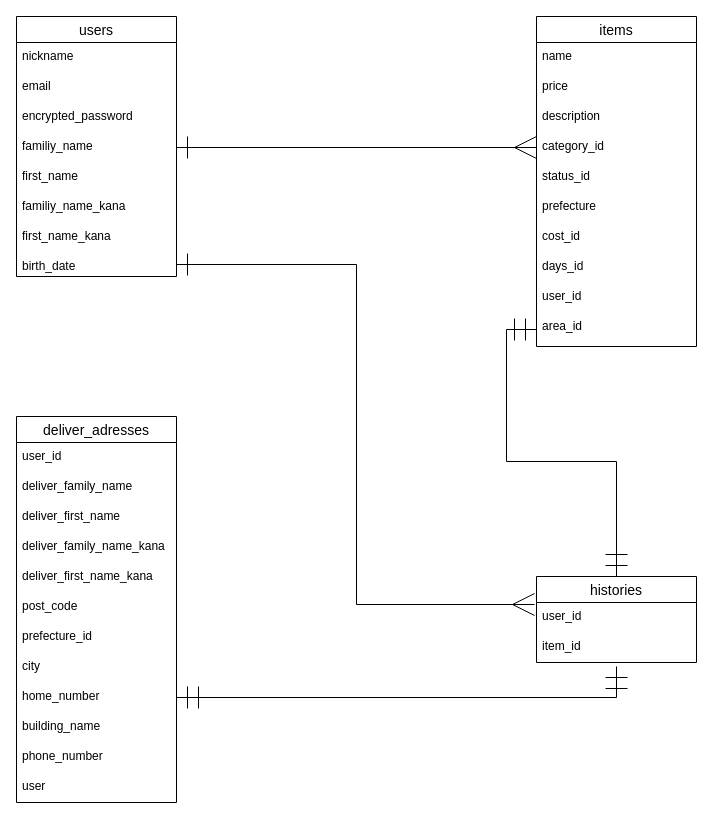
This is furima.dio from aki1239/furima-35563, a draw.io file, before an edit. Source tidied: cells renumbered, new cells numbered last; positions are measured from the earlier drawing's top-left corner, leaving out a move shared by most shapes. Both pictures are drawn from the tidied source at 100%, with x=0, y=0 at pixel (16, 16).
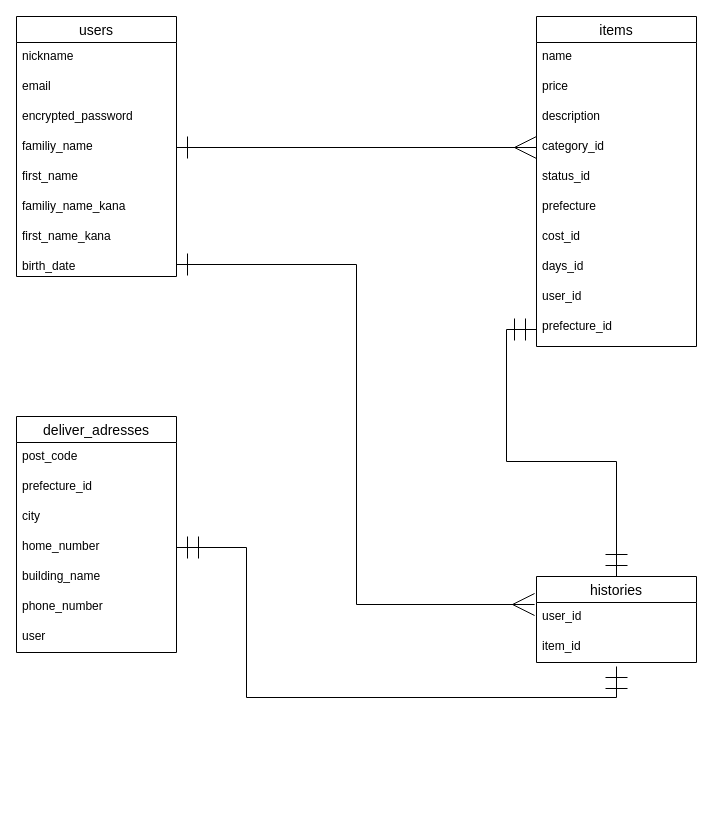
Above is the later version.

Unchanged cells that the change refers to:
```xml
<mxCell id="11" value="items" style="swimlane;fontStyle=0;horizontal=1;startSize=26;align=center;fontSize=14;" parent="1" vertex="1">
  <mxGeometry x="520" width="160" height="330" as="geometry" />
</mxCell>
```

What changed in the source:
```diff
@@
-    <mxCell id="21" value="area_id" style="text;strokeColor=none;fillColor=none;spacingLeft=4;spacingRight=4;overflow=hidden;points=[[0,0.5],[1,0.5]];portConstraint=eastwest;fontSize=12;" parent="11" vertex="1">
+    <mxCell id="21" value="prefecture_id" style="text;strokeColor=none;fillColor=none;spacingLeft=4;spacingRight=4;overflow=hidden;points=[[0,0.5],[1,0.5]];portConstraint=eastwest;fontSize=12;" parent="11" vertex="1">
       <mxGeometry y="296" width="160" height="34" as="geometry" />
     </mxCell>
     <mxCell id="22" value="deliver_adresses" style="swimlane;fontStyle=0;horizontal=1;startSize=26;align=center;fontSize=14;" parent="1" vertex="1">
-      <mxGeometry y="400" width="160" height="386" as="geometry" />
+      <mxGeometry y="400" width="160" height="236" as="geometry" />
     </mxCell>
-    <mxCell id="23" value="user_id" style="text;strokeColor=none;fillColor=none;spacingLeft=4;spacingRight=4;overflow=hidden;fontSize=12;" parent="22" vertex="1">
-      <mxGeometry y="26" width="160" height="30" as="geometry" />
-    </mxCell>
-    <mxCell id="24" value="deliver_family_name" style="text;strokeColor=none;fillColor=none;spacingLeft=4;spacingRight=4;overflow=hidden;fontSize=12;" parent="22" vertex="1">
-      <mxGeometry y="56" width="160" height="30" as="geometry" />
-    </mxCell>
-    <mxCell id="25" value="deliver_first_name " style="text;strokeColor=none;fillColor=none;spacingLeft=4;spacingRight=4;overflow=hidden;fontSize=12;" parent="22" vertex="1">
-      <mxGeometry y="86" width="160" height="30" as="geometry" />
-    </mxCell>
-    <mxCell id="26" value="deliver_family_name_kana" style="text;strokeColor=none;fillColor=none;spacingLeft=4;spacingRight=4;overflow=hidden;fontSize=12;" parent="22" vertex="1">
-      <mxGeometry y="116" width="160" height="30" as="geometry" />
-    </mxCell>
-    <mxCell id="27" value="deliver_first_name_kana " style="text;strokeColor=none;fillColor=none;spacingLeft=4;spacingRight=4;overflow=hidden;fontSize=12;" parent="22" vertex="1">
-      <mxGeometry y="146" width="160" height="30" as="geometry" />
-    </mxCell>
     <mxCell id="28" value="post_code" style="text;strokeColor=none;fillColor=none;spacingLeft=4;spacingRight=4;overflow=hidden;fontSize=12;" parent="22" vertex="1">
-      <mxGeometry y="176" width="160" height="30" as="geometry" />
+      <mxGeometry y="26" width="160" height="30" as="geometry" />
     </mxCell>
     <mxCell id="29" value="prefecture_id " style="text;strokeColor=none;fillColor=none;spacingLeft=4;spacingRight=4;overflow=hidden;fontSize=12;" parent="22" vertex="1">
-      <mxGeometry y="206" width="160" height="30" as="geometry" />
+      <mxGeometry y="56" width="160" height="30" as="geometry" />
     </mxCell>
     <mxCell id="30" value="city &#10;" style="text;strokeColor=none;fillColor=none;spacingLeft=4;spacingRight=4;overflow=hidden;fontSize=12;" parent="22" vertex="1">
-      <mxGeometry y="236" width="160" height="30" as="geometry" />
+      <mxGeometry y="86" width="160" height="30" as="geometry" />
     </mxCell>
     <mxCell id="31" value="home_number" style="text;strokeColor=none;fillColor=none;spacingLeft=4;spacingRight=4;overflow=hidden;points=[[0,0.5],[1,0.5]];portConstraint=eastwest;fontSize=12;" parent="22" vertex="1">
-      <mxGeometry y="266" width="160" height="30" as="geometry" />
+      <mxGeometry y="116" width="160" height="30" as="geometry" />
     </mxCell>
     <mxCell id="32" value="building_name &#10;" style="text;strokeColor=none;fillColor=none;spacingLeft=4;spacingRight=4;overflow=hidden;fontSize=12;" parent="22" vertex="1">
-      <mxGeometry y="296" width="160" height="30" as="geometry" />
+      <mxGeometry y="146" width="160" height="30" as="geometry" />
     </mxCell>
     <mxCell id="33" value="phone_number" style="text;strokeColor=none;fillColor=none;spacingLeft=4;spacingRight=4;overflow=hidden;fontSize=12;" parent="22" vertex="1">
-      <mxGeometry y="326" width="160" height="30" as="geometry" />
+      <mxGeometry y="176" width="160" height="30" as="geometry" />
     </mxCell>
     <mxCell id="34" value="user" style="text;strokeColor=none;fillColor=none;spacingLeft=4;spacingRight=4;overflow=hidden;fontSize=12;" parent="22" vertex="1">
-      <mxGeometry y="356" width="160" height="30" as="geometry" />
+      <mxGeometry y="206" width="160" height="30" as="geometry" />
     </mxCell>
@@
     <mxCell id="40" style="edgeStyle=orthogonalEdgeStyle;rounded=0;jettySize=auto;html=1;startArrow=ERmandOne;startFill=0;startSize=20;endArrow=ERmandOne;endFill=0;endSize=20;entryX=1;entryY=0.5;entryDx=0;entryDy=0;" parent="1" edge="1" target="31">
       <mxGeometry relative="1" as="geometry">
         <mxPoint x="600" y="650" as="sourcePoint" />
         <Array as="points">
           <mxPoint x="600" y="681" />
+          <mxPoint x="230" y="681" />
+          <mxPoint x="230" y="531" />
         </Array>
       </mxGeometry>
     </mxCell>
```
